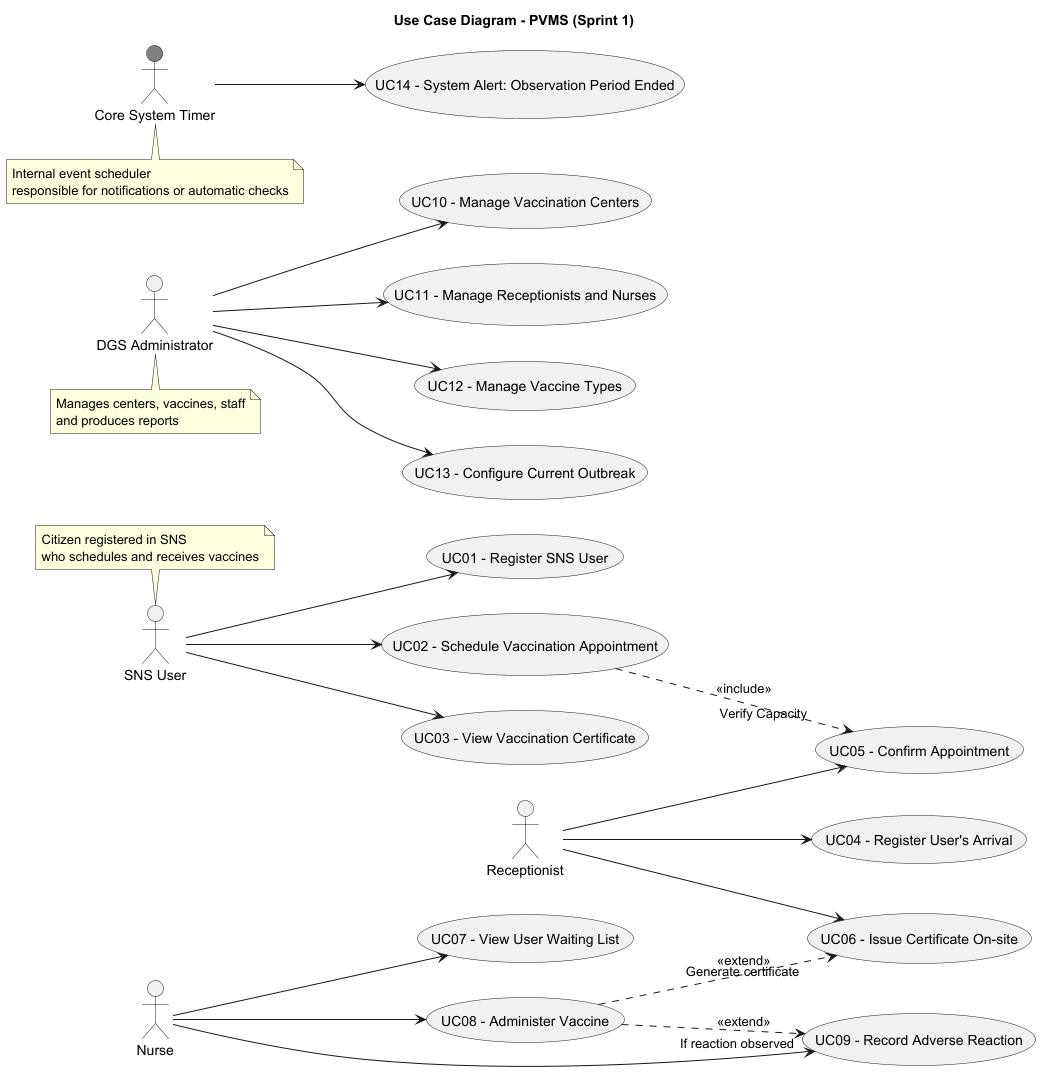
This is docs/system-documentation/global-artifacts/puml/UCD-Use_Case_Diagram___PVMS__Sprint_1_.png from Vaz-iwnl/leti-esoft-25-26-A2, a PlantUML export, as it was before one commit.
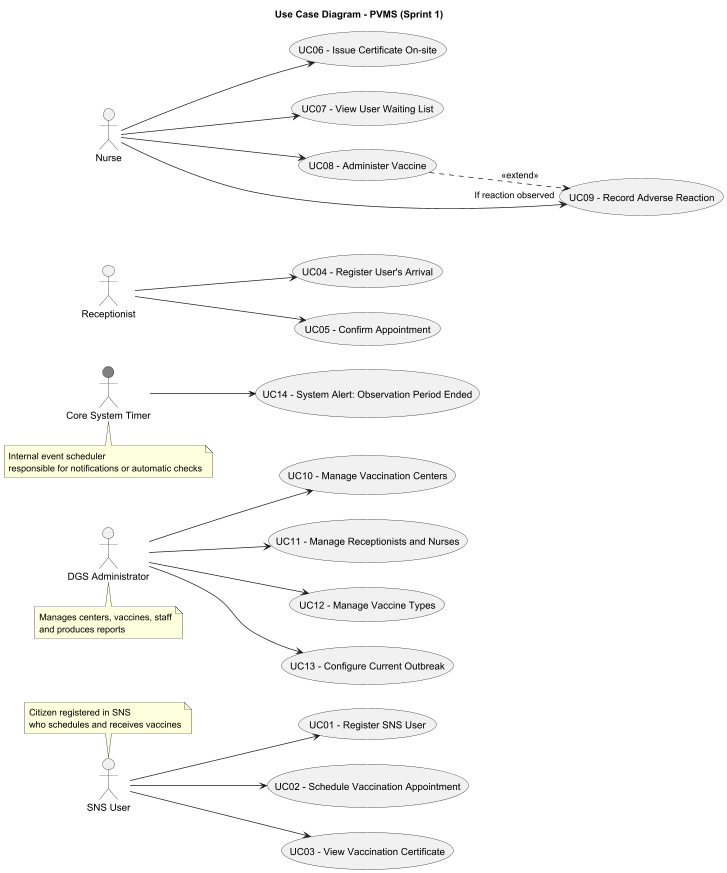
Later version of the same file.

What changed in the source:
```diff
@@ -34,8 +34,8 @@
 
 Rec --> UC04
 Rec --> UC05
-Rec --> UC06
 
+Nurse --> UC06
 Nurse --> UC07
 Nurse --> UC08
 Nurse --> UC09
@@ -47,9 +47,7 @@
 
 System --> UC14
 
-UC02 ..> UC05 : <<include>> "Verify Capacity"
 UC08 ..> UC09 : <<extend>> "If reaction observed"
-UC08 ..> UC06 : <<extend>> "Generate certificate"
 
 note top of User
 Citizen registered in SNS
```
